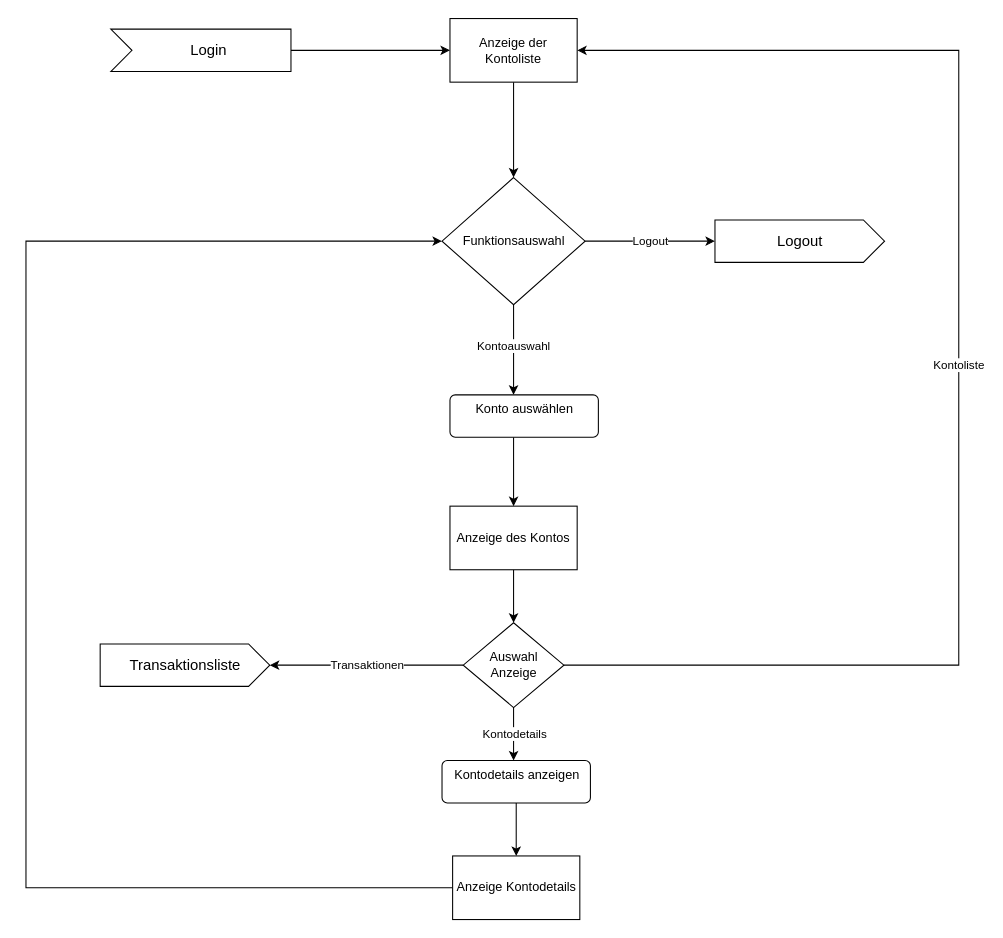
Before: page "Konto" (2 of 4) of Untitled Diagram.drawio in erdden/Diagrams, a draw.io diagram. Source tidied: cells renumbered, new cells numbered last; positions are measured from the earlier drawing's top-left corner, leaving out a move shared by most shapes. Both pictures are drawn from the tidied source at 106%, with x=0, y=0 at pixel (25, 18).
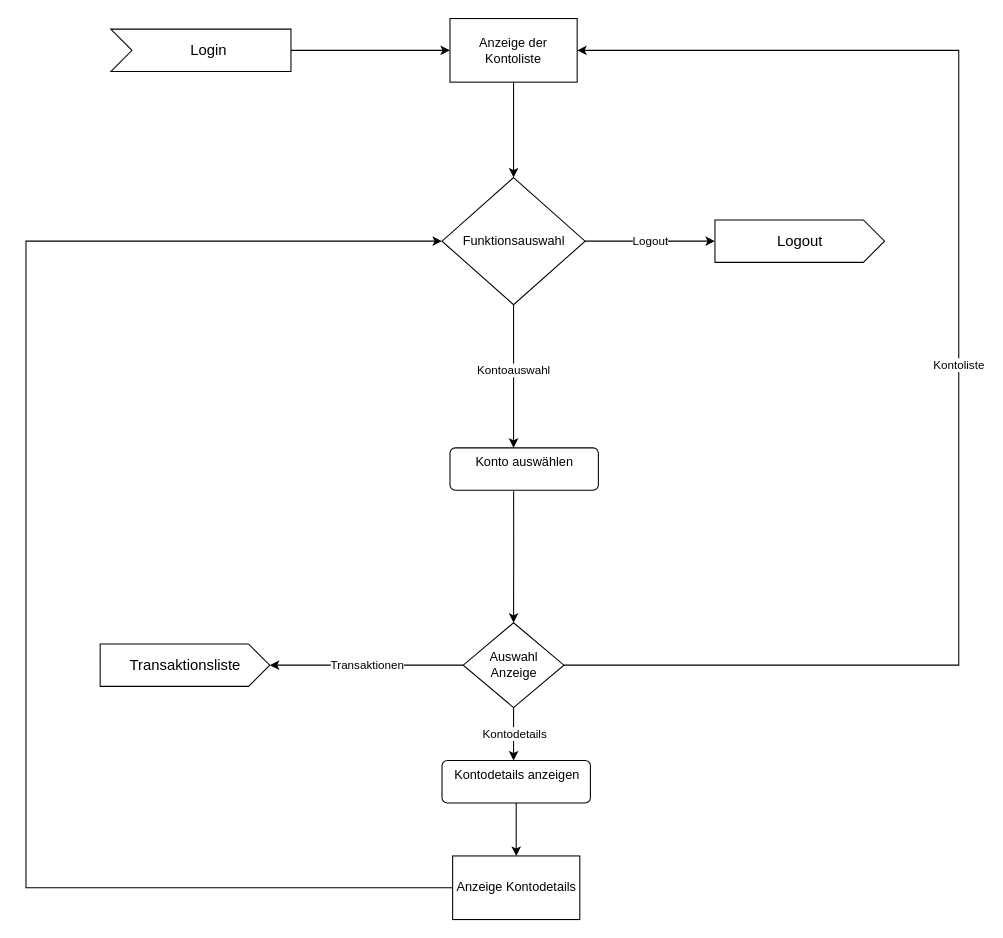
Above is the later version.

Unchanged cells that the change refers to:
```xml
<mxCell id="21" value="Auswahl&lt;br&gt;Anzeige" style="rhombus;html=1;" parent="1" vertex="1">
  <mxGeometry x="412.5" y="570" width="95" height="80" as="geometry" />
</mxCell>
```

The edit, as a diff of the source:
```diff
@@
-    <mxCell id="11" style="edgeStyle=orthogonalEdgeStyle;rounded=0;jettySize=auto;html=1;entryX=0.5;entryY=0;entryDx=0;entryDy=0;" parent="1" edge="1" source="12" target="16">
-      <mxGeometry relative="1" as="geometry">
-        <Array as="points">
-          <mxPoint x="460" y="410" />
-          <mxPoint x="460" y="410" />
-        </Array>
-      </mxGeometry>
-    </mxCell>
     <mxCell id="12" value="Konto auswählen" style="html=1;align=center;verticalAlign=top;rounded=1;absoluteArcSize=1;arcSize=10;dashed=0;" parent="1" vertex="1">
-      <mxGeometry x="400" y="355" width="140" height="40" as="geometry" />
+      <mxGeometry x="400" y="405" width="140" height="40" as="geometry" />
     </mxCell>
@@
-    <mxCell id="15" style="edgeStyle=orthogonalEdgeStyle;rounded=0;jettySize=auto;html=1;entryX=0.5;entryY=0;entryDx=0;entryDy=0;" parent="1" edge="1" source="16" target="21">
+    <mxCell id="15" style="edgeStyle=orthogonalEdgeStyle;rounded=0;jettySize=auto;html=1;entryX=0.5;entryY=0;entryDx=0;entryDy=0;exitX=0.429;exitY=1.025;exitDx=0;exitDy=0;exitPerimeter=0;" parent="1" edge="1" source="12" target="21">
       <mxGeometry relative="1" as="geometry" />
     </mxCell>
-    <mxCell id="16" value="Anzeige des Kontos" style="rounded=0;whiteSpace=wrap;html=1;" parent="1" vertex="1">
-      <mxGeometry x="400" y="460" width="120" height="60" as="geometry" />
-    </mxCell>
```
